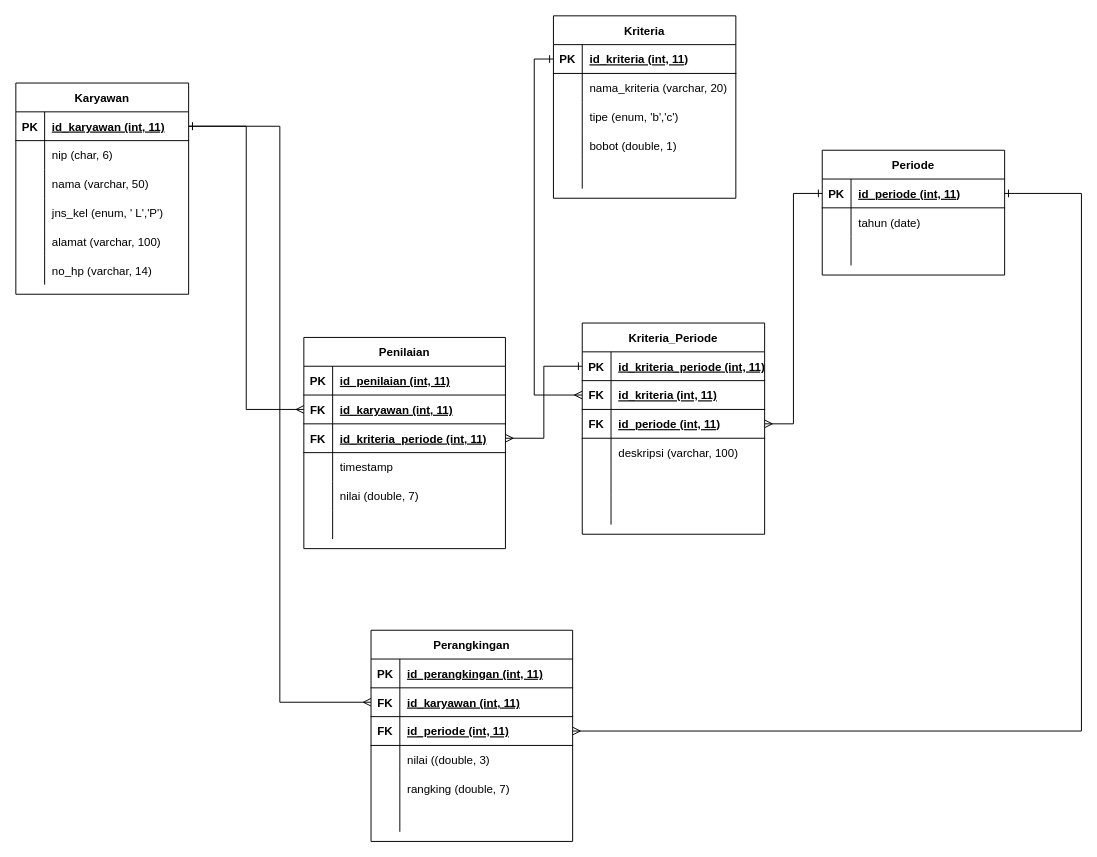
Above: page "relasi tabel" (3 of 3) of 19.230.0089-REZA APRILIANI.drawio in rezaapril99/spk-saw (draw.io), before the change. Source tidied: cells renumbered, new cells numbered last; positions are measured from the earlier drawing's top-left corner, leaving out a move shared by most shapes. Both pictures are drawn from the tidied source at 96%, with x=0, y=0 at pixel (15, 15).
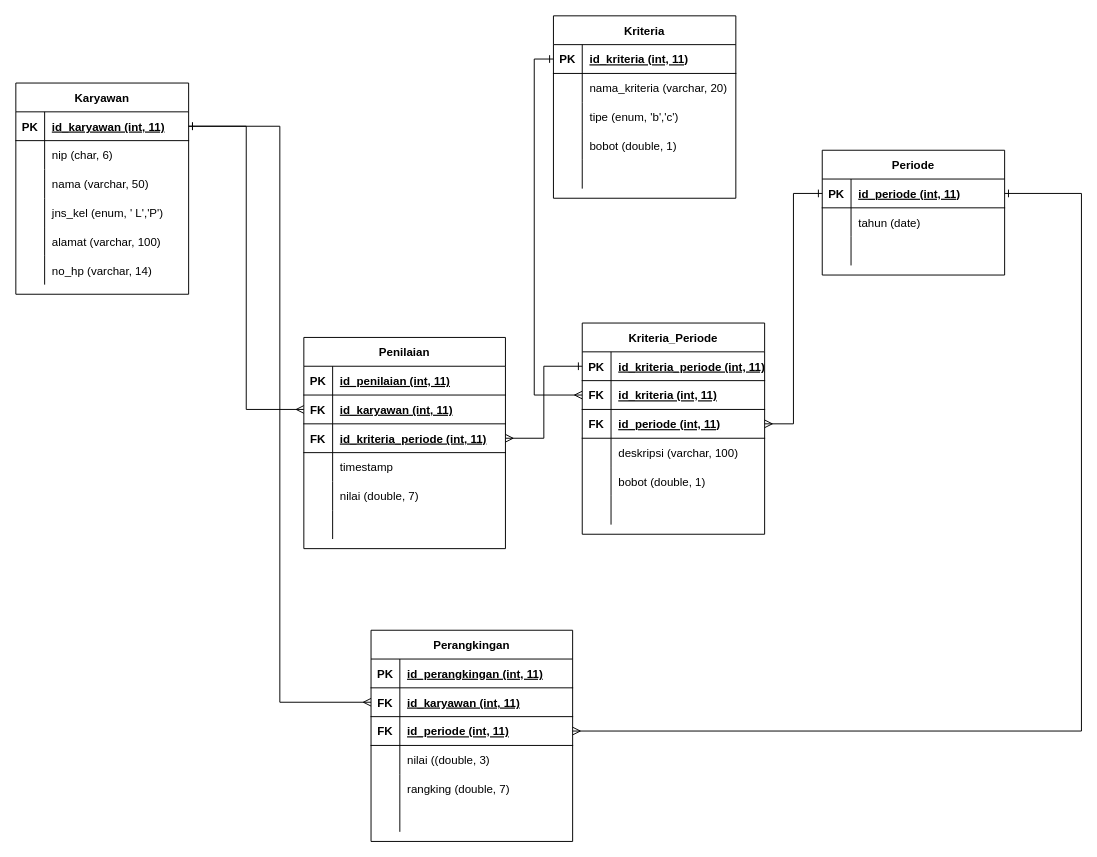
The same diagram, later.

Unchanged cells that the change refers to:
```xml
<mxCell id="60" style="shape=tableRow;horizontal=0;startSize=0;swimlaneHead=0;swimlaneBody=0;fillColor=none;top=0;left=0;right=0;bottom=0;" parent="47" vertex="1">
  <mxGeometry y="150" width="190" height="30" as="geometry" />
</mxCell>
```

The edit, as a diff of the source:
```diff
@@
-    <mxCell id="62" style="shape=partialRectangle;fillColor=none;top=0;left=0;bottom=0;right=0;align=left;spacingLeft=6;overflow=hidden;" parent="60" vertex="1">
+    <mxCell id="62" value="bobot (double, 1)" style="shape=partialRectangle;fillColor=none;top=0;left=0;bottom=0;right=0;align=left;spacingLeft=6;overflow=hidden;" parent="60" vertex="1">
       <mxGeometry x="30" width="160" height="30" as="geometry" />
     </mxCell>
```
